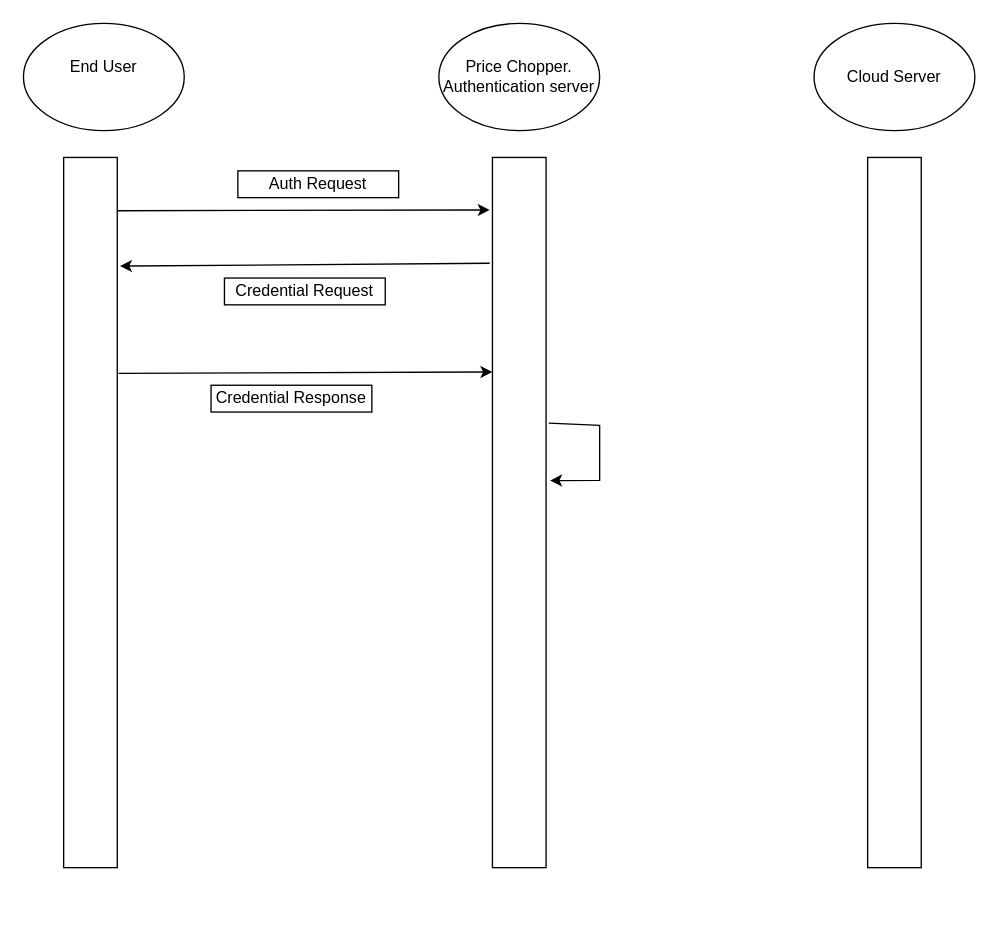
Above: Untitled Diagram.drawio in workshop748/client_and_listeners (draw.io), before the change. Source tidied: cells renumbered, new cells numbered last; positions are measured from the earlier drawing's top-left corner, leaving out a move shared by most shapes. Both pictures are drawn from the tidied source at 134%, with x=0, y=0 at pixel (23, 23).
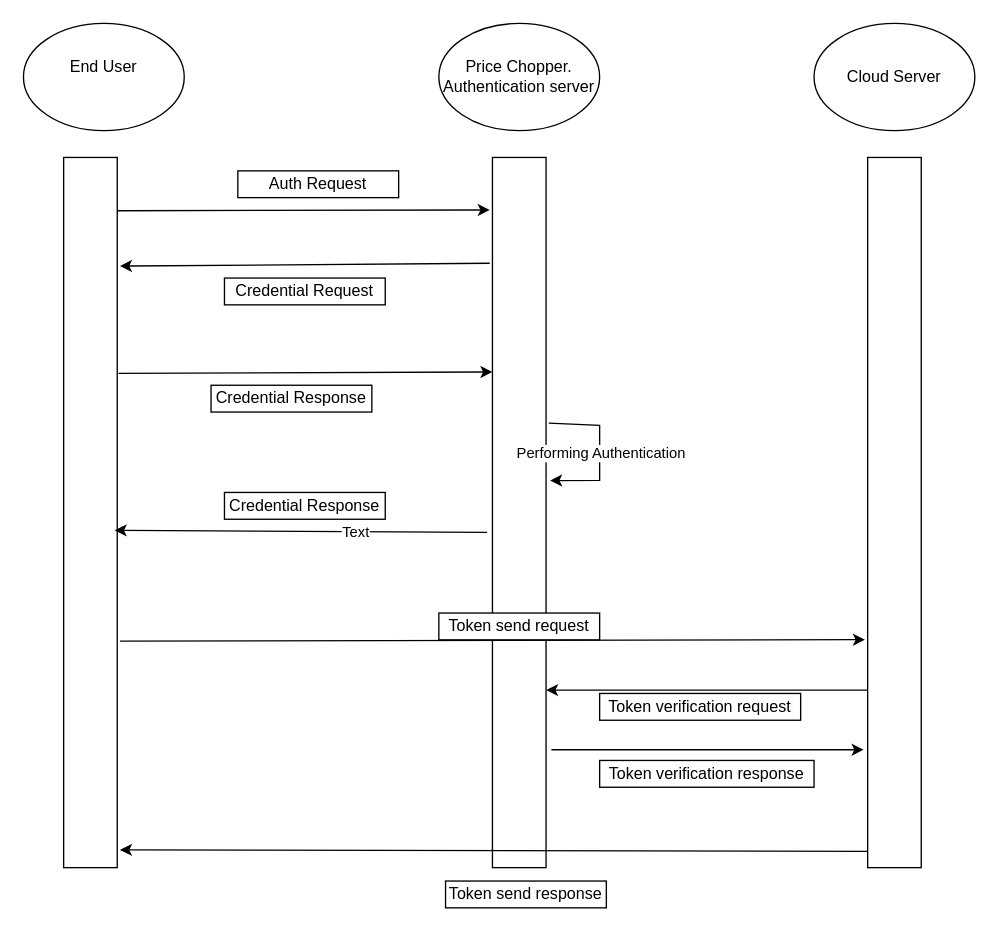
The same page after the edit.

Unchanged cells that the change refers to:
```xml
<mxCell id="2" style="rounded=0;whiteSpace=wrap;html=1;" parent="1" vertex="1">
  <mxGeometry x="30" y="100" width="40" height="530" as="geometry" />
</mxCell>
<mxCell id="4" style="rounded=0;whiteSpace=wrap;html=1;" parent="1" vertex="1">
  <mxGeometry x="350" y="100" width="40" height="530" as="geometry" />
</mxCell>
<mxCell id="7" style="rounded=0;whiteSpace=wrap;html=1;" parent="1" vertex="1">
  <mxGeometry x="630" y="100" width="40" height="530" as="geometry" />
</mxCell>
<mxCell id="14" style="endArrow=classic;html=1;rounded=0;exitX=1.05;exitY=0.374;exitDx=0;exitDy=0;exitPerimeter=0;entryX=1.075;entryY=0.455;entryDx=0;entryDy=0;entryPerimeter=0;" parent="1" edge="1" source="4" target="4">
  <mxGeometry relative="1" as="geometry">
    <Array as="points">
      <mxPoint x="430" y="300" />
      <mxPoint x="430" y="341" />
    </Array>
  </mxGeometry>
</mxCell>
```

Change to the diagram source:
```diff
@@
+    <mxCell id="15" value="Performing Authentication" style="edgeLabel;html=1;align=center;verticalAlign=middle;" parent="14" vertex="1">
+      <mxGeometry x="0.02" relative="1" as="geometry" />
+    </mxCell>
+    <mxCell id="16" style="endArrow=classic;html=1;rounded=0;entryX=0.95;entryY=0.525;entryDx=0;entryDy=0;entryPerimeter=0;exitX=-0.1;exitY=0.528;exitDx=0;exitDy=0;exitPerimeter=0;" parent="1" edge="1" source="4" target="2">
+      <mxGeometry relative="1" as="geometry" />
+    </mxCell>
+    <mxCell id="17" value="Text" style="edgeLabel;html=1;align=center;verticalAlign=middle;" parent="16" vertex="1">
+      <mxGeometry x="-0.29" relative="1" as="geometry" />
+    </mxCell>
+    <mxCell id="18" value="&lt;div&gt;Credential Response&lt;/div&gt;" style="rounded=0;whiteSpace=wrap;html=1;" parent="1" vertex="1">
+      <mxGeometry x="150" y="350" width="120" height="20" as="geometry" />
+    </mxCell>
+    <mxCell id="19" style="endArrow=classic;html=1;rounded=0;exitX=1.05;exitY=0.681;exitDx=0;exitDy=0;exitPerimeter=0;entryX=-0.05;entryY=0.679;entryDx=0;entryDy=0;entryPerimeter=0;" parent="1" edge="1" source="2" target="7">
+      <mxGeometry relative="1" as="geometry" />
+    </mxCell>
+    <mxCell id="20" value="&lt;div&gt;Token send request&lt;/div&gt;" style="rounded=0;whiteSpace=wrap;html=1;" parent="1" vertex="1">
+      <mxGeometry x="310" y="440" width="120" height="20" as="geometry" />
+    </mxCell>
+    <mxCell id="21" style="endArrow=classic;html=1;rounded=0;entryX=1;entryY=0.75;entryDx=0;entryDy=0;exitX=0;exitY=0.75;exitDx=0;exitDy=0;" parent="1" edge="1" source="7" target="4">
+      <mxGeometry relative="1" as="geometry" />
+    </mxCell>
+    <mxCell id="22" value="&lt;div&gt;Token verification request&lt;/div&gt;" style="rounded=0;whiteSpace=wrap;html=1;" parent="1" vertex="1">
+      <mxGeometry x="430" y="500" width="150" height="20" as="geometry" />
+    </mxCell>
+    <mxCell id="23" style="endArrow=classic;html=1;rounded=0;entryX=-0.075;entryY=0.834;entryDx=0;entryDy=0;entryPerimeter=0;exitX=1.1;exitY=0.834;exitDx=0;exitDy=0;exitPerimeter=0;" parent="1" edge="1" source="4" target="7">
+      <mxGeometry relative="1" as="geometry" />
+    </mxCell>
+    <mxCell id="24" value="Token verification response" style="rounded=0;whiteSpace=wrap;html=1;" parent="1" vertex="1">
+      <mxGeometry x="430" y="550" width="160" height="20" as="geometry" />
+    </mxCell>
+    <mxCell id="25" style="endArrow=classic;html=1;rounded=0;exitX=0;exitY=0.977;exitDx=0;exitDy=0;exitPerimeter=0;entryX=1.05;entryY=0.975;entryDx=0;entryDy=0;entryPerimeter=0;" parent="1" edge="1" source="7" target="2">
+      <mxGeometry relative="1" as="geometry" />
+    </mxCell>
+    <mxCell id="26" value="Token send response" style="rounded=0;whiteSpace=wrap;html=1;" parent="1" vertex="1">
+      <mxGeometry x="315" y="640" width="120" height="20" as="geometry" />
+    </mxCell>
```
